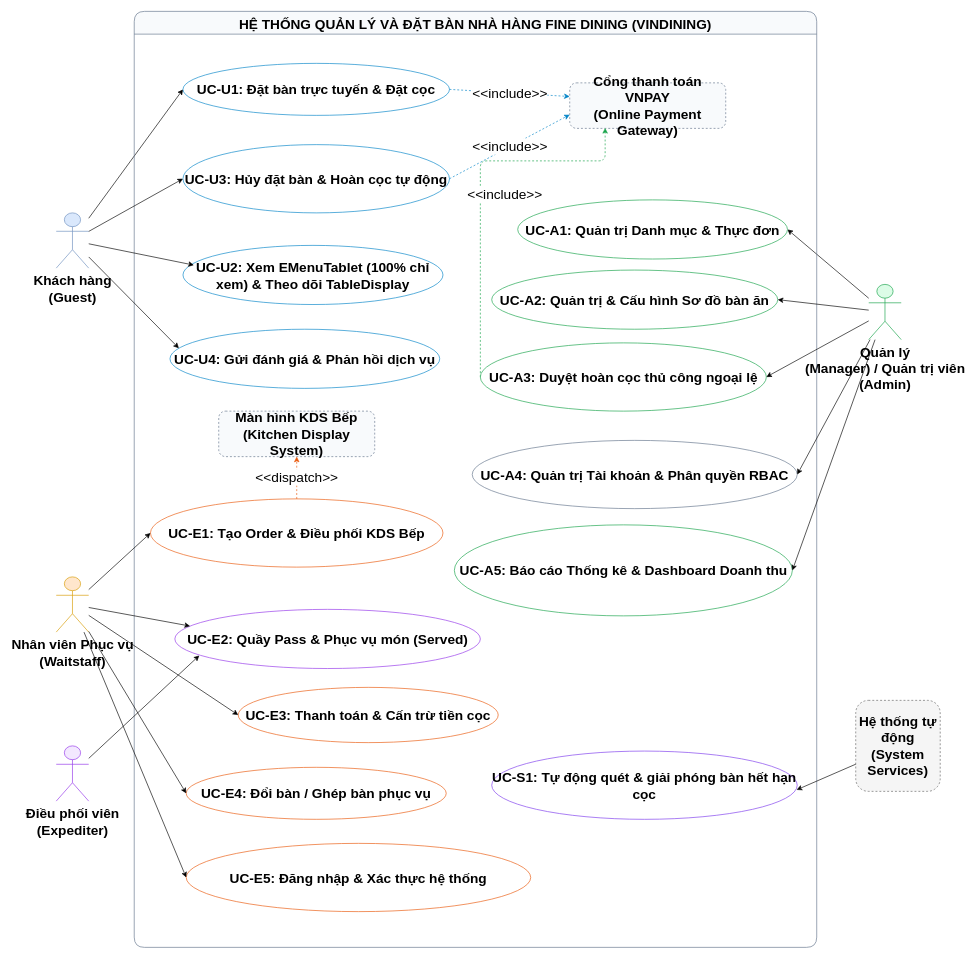
Above: docs/phase1/drawio/use_case_overall.drawio in AndrewQng/VinDining (draw.io), before the change. Source tidied: cells renumbered, new cells numbered last; positions are measured from the earlier drawing's top-left corner, leaving out a move shared by most shapes. Both pictures are drawn from the tidied source at 65%, with x=0, y=0 at pixel (56, 11).
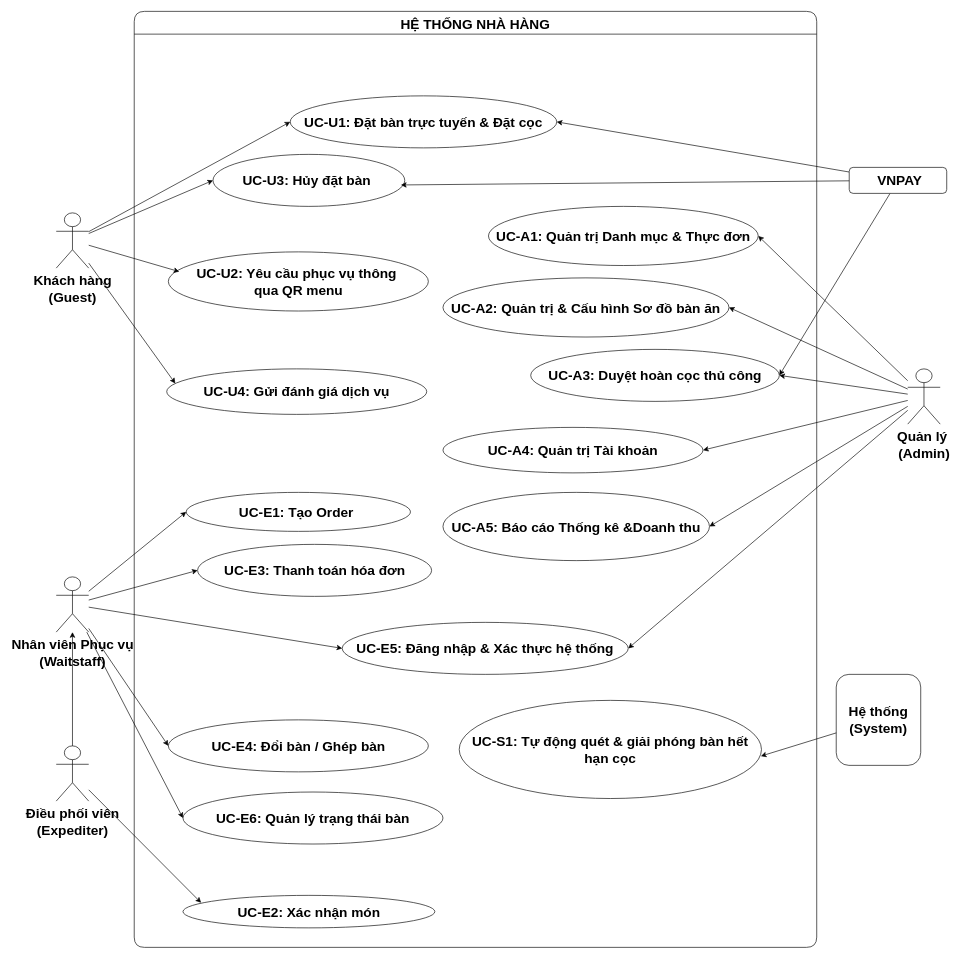
Above is the later version.

Change to the diagram source:
```diff
@@
-    <mxCell id="3" value="Khách hàng&#10;(Guest)" style="shape=umlActor;verticalLabelPosition=bottom;verticalAlign=top;html=1;fillColor=#dae8fc;strokeColor=#6c8ebf;fontStyle=1;fontSize=21;" parent="1" vertex="1">
+    <mxCell id="3" value="Khách hàng&#10;(Guest)" style="shape=umlActor;verticalLabelPosition=bottom;verticalAlign=top;html=1;fontStyle=1;fontSize=21;" parent="1" vertex="1">
       <mxGeometry y="310" width="50" height="85" as="geometry" />
     </mxCell>
@@
+    <mxCell id="46" style="rounded=0;jettySize=auto;html=1;entryX=1;entryY=0.5;entryDx=0;entryDy=0;" parent="1" edge="1" source="5" target="26">
+      <mxGeometry relative="1" as="geometry" />
+    </mxCell>
-    <mxCell id="5" value="Quản lý&lt;br&gt;(Manager) / Quản trị viên&lt;br&gt;(Admin)" style="shape=umlActor;verticalLabelPosition=bottom;verticalAlign=top;html=1;fillColor=#dcfce7;strokeColor=#16a34a;fontStyle=1;fontSize=21;" parent="1" vertex="1">
-      <mxGeometry x="1250" y="420" width="50" height="85" as="geometry" />
+    <mxCell id="5" value="Quản lý&amp;nbsp;&lt;br&gt;(Admin)&lt;br&gt;&lt;div&gt;&lt;br&gt;&lt;/div&gt;" style="shape=umlActor;verticalLabelPosition=bottom;verticalAlign=top;html=1;fontStyle=1;fontSize=21;" parent="1" vertex="1">
+      <mxGeometry x="1310" y="550" width="50" height="85" as="geometry" />
     </mxCell>
-    <mxCell id="6" value="Hệ thống tự động&#10;(System Services)" style="rounded=1;dashed=1;whiteSpace=wrap;html=1;fillColor=#f5f5f5;strokeColor=#666666;fontStyle=1;fontSize=21;" parent="1" vertex="1">
-      <mxGeometry x="1230" y="1060" width="130" height="140" as="geometry" />
+    <mxCell id="6" value="Hệ thống&lt;br&gt;(System)" style="rounded=1;whiteSpace=wrap;html=1;fontStyle=1;fontSize=21;" parent="1" vertex="1">
+      <mxGeometry x="1200" y="1020" width="130" height="140" as="geometry" />
     </mxCell>
-    <mxCell id="7" value="HỆ THỐNG QUẢN LÝ VÀ ĐẶT BÀN NHÀ HÀNG FINE DINING (VINDINING)" style="swimlane;startSize=35;fillColor=#f8fafc;strokeColor=#64748b;fontStyle=1;rounded=1;fontSize=21;swimlaneLine=1;" parent="1" vertex="1">
+    <mxCell id="7" value="HỆ THỐNG NHÀ HÀNG" style="swimlane;startSize=35;fontStyle=1;rounded=1;fontSize=21;swimlaneLine=1;" parent="1" vertex="1">
       <mxGeometry x="120" width="1050" height="1440" as="geometry" />
     </mxCell>
-    <mxCell id="8" value="UC-U1: Đặt bàn trực tuyến &amp;amp; Đặt cọc" style="ellipse;whiteSpace=wrap;html=1;fillColor=#ffffff;strokeColor=#0284c7;fontSize=21;fontStyle=1;" parent="7" vertex="1">
-      <mxGeometry x="75" y="80" width="410" height="80" as="geometry" />
+    <mxCell id="8" value="UC-U1: Đặt bàn trực tuyến &amp;amp; Đặt cọc" style="ellipse;whiteSpace=wrap;html=1;fontSize=21;fontStyle=1;" parent="7" vertex="1">
+      <mxGeometry x="240" y="130" width="410" height="80" as="geometry" />
     </mxCell>
-    <mxCell id="9" value="UC-U2: Xem EMenuTablet (100% chỉ xem) &amp;amp; Theo dõi TableDisplay" style="ellipse;whiteSpace=wrap;html=1;fillColor=#ffffff;strokeColor=#0284c7;fontSize=21;fontStyle=1;" parent="7" vertex="1">
-      <mxGeometry x="75" y="360" width="400" height="91" as="geometry" />
+    <mxCell id="9" value="UC-U2: Yêu cầu phục vụ thông&amp;nbsp;&lt;div&gt;qua QR menu&lt;/div&gt;" style="ellipse;whiteSpace=wrap;html=1;fontSize=21;fontStyle=1;" parent="7" vertex="1">
+      <mxGeometry x="52.5" y="370" width="400" height="91" as="geometry" />
     </mxCell>
-    <mxCell id="10" value="UC-U3: Hủy đặt bàn &amp;amp; Hoàn cọc tự động" style="ellipse;whiteSpace=wrap;html=1;fillColor=#ffffff;strokeColor=#0284c7;fontSize=21;fontStyle=1;" parent="7" vertex="1">
-      <mxGeometry x="75" y="205" width="410" height="105" as="geometry" />
+    <mxCell id="10" value="UC-U3: Hủy đặt bàn&amp;nbsp;" style="ellipse;whiteSpace=wrap;html=1;fontSize=21;fontStyle=1;" parent="7" vertex="1">
+      <mxGeometry x="121.2" y="220" width="295" height="80" as="geometry" />
     </mxCell>
-    <mxCell id="11" value="UC-U4: Gửi đánh giá &amp;amp; Phản hồi dịch vụ" style="ellipse;whiteSpace=wrap;html=1;fillColor=#ffffff;strokeColor=#0284c7;fontSize=21;fontStyle=1;" parent="7" vertex="1">
-      <mxGeometry x="55" y="489" width="415" height="91" as="geometry" />
+    <mxCell id="11" value="UC-U4: Gửi đánh giá dịch vụ" style="ellipse;whiteSpace=wrap;html=1;fontSize=21;fontStyle=1;" parent="7" vertex="1">
+      <mxGeometry x="50" y="550" width="400" height="70" as="geometry" />
     </mxCell>
-    <mxCell id="12" value="Cổng thanh toán VNPAY&#10;(Online Payment Gateway)" style="rounded=1;dashed=1;whiteSpace=wrap;html=1;fillColor=#f8fafc;strokeColor=#64748b;fontStyle=1;fontSize=21;" parent="7" vertex="1">
-      <mxGeometry x="670" y="110" width="240" height="70" as="geometry" />
-    </mxCell>
-    <mxCell id="13" value="&amp;lt;&amp;lt;include&amp;gt;&amp;gt;" style="rounded=1;dashed=1;strokeColor=#0284c7;html=1;fontSize=21;exitX=1;exitY=0.5;entryX=0;entryY=0.3;" parent="7" edge="1" source="8" target="12">
-      <mxGeometry relative="1" as="geometry" />
-    </mxCell>
-    <mxCell id="14" value="&amp;lt;&amp;lt;include&amp;gt;&amp;gt;" style="rounded=1;dashed=1;strokeColor=#0284c7;html=1;fontSize=21;exitX=1;exitY=0.5;entryX=0;entryY=0.7;" parent="7" edge="1" source="10" target="12">
-      <mxGeometry relative="1" as="geometry" />
-    </mxCell>
-    <mxCell id="15" value="&amp;lt;&amp;lt;include&amp;gt;&amp;gt;" style="edgeStyle=orthogonalEdgeStyle;rounded=1;dashed=1;strokeColor=#16a34a;html=1;fontSize=21;exitX=0;exitY=0.5;entryX=0.227;entryY=0.99;entryDx=0;entryDy=0;entryPerimeter=0;exitDx=0;exitDy=0;" parent="7" edge="1" source="22" target="12">
-      <mxGeometry x="-0.02" y="-37" relative="1" as="geometry">
-        <Array as="points">
-          <mxPoint x="532.5" y="230" />
-          <mxPoint x="724.5" y="230" />
-        </Array>
-      </mxGeometry>
-    </mxCell>
-    <mxCell id="16" value="Màn hình KDS Bếp&#10;(Kitchen Display System)" style="rounded=1;dashed=1;whiteSpace=wrap;html=1;fillColor=#f8fafc;strokeColor=#64748b;fontStyle=1;fontSize=21;" parent="7" vertex="1">
-      <mxGeometry x="130" y="615" width="240" height="70" as="geometry" />
-    </mxCell>
-    <mxCell id="17" value="&amp;lt;&amp;lt;dispatch&amp;gt;&amp;gt;" style="rounded=1;dashed=1;strokeColor=#ea580c;html=1;fontSize=21;exitX=0.5;exitY=0;entryX=0.5;entryY=1;exitDx=0;exitDy=0;entryDx=0;entryDy=0;" parent="7" edge="1" source="27" target="16">
-      <mxGeometry relative="1" as="geometry" />
-    </mxCell>
-    <mxCell id="18" value="UC-E2: Quầy Pass &amp;amp; Phục vụ món (Served)" style="ellipse;whiteSpace=wrap;html=1;fillColor=#ffffff;strokeColor=#9333ea;fontSize=21;fontStyle=1;" parent="7" vertex="1">
-      <mxGeometry x="62.5" y="920" width="470" height="91" as="geometry" />
+    <mxCell id="18" value="UC-E2: Xác nhận món" style="ellipse;whiteSpace=wrap;html=1;fontSize=21;fontStyle=1;" parent="7" vertex="1">
+      <mxGeometry x="75" y="1360" width="387.5" height="50" as="geometry" />
     </mxCell>
-    <mxCell id="19" value="UC-S1: Tự động quét &amp;amp; giải phóng bàn hết hạn cọc" style="ellipse;whiteSpace=wrap;html=1;fillColor=#ffffff;strokeColor=#7c3aed;fontSize=21;fontStyle=1;" parent="7" vertex="1">
-      <mxGeometry x="550" y="1138" width="470" height="105" as="geometry" />
+    <mxCell id="19" value="UC-S1: Tự động quét &amp;amp; giải phóng bàn hết hạn cọc" style="ellipse;whiteSpace=wrap;html=1;fontSize=21;fontStyle=1;" parent="7" vertex="1">
+      <mxGeometry x="500" y="1060" width="465" height="151" as="geometry" />
     </mxCell>
-    <mxCell id="20" value="UC-A1: Quản trị Danh mục &amp;amp; Thực đơn" style="ellipse;whiteSpace=wrap;html=1;fillColor=#ffffff;strokeColor=#16a34a;fontSize=21;fontStyle=1;" parent="7" vertex="1">
-      <mxGeometry x="590" y="290" width="415" height="91" as="geometry" />
+    <mxCell id="20" value="UC-A1: Quản trị Danh mục &amp;amp; Thực đơn" style="ellipse;whiteSpace=wrap;html=1;fontSize=21;fontStyle=1;" parent="7" vertex="1">
+      <mxGeometry x="545" y="300" width="415" height="91" as="geometry" />
     </mxCell>
-    <mxCell id="21" value="UC-A2: Quản trị &amp;amp; Cấu hình Sơ đồ bàn ăn" style="ellipse;whiteSpace=wrap;html=1;fillColor=#ffffff;strokeColor=#16a34a;fontSize=21;fontStyle=1;" parent="7" vertex="1">
-      <mxGeometry x="550" y="398" width="440" height="91" as="geometry" />
+    <mxCell id="21" value="UC-A2: Quản trị &amp;amp; Cấu hình Sơ đồ bàn ăn" style="ellipse;whiteSpace=wrap;html=1;fontSize=21;fontStyle=1;" parent="7" vertex="1">
+      <mxGeometry x="475" y="410" width="440" height="91" as="geometry" />
     </mxCell>
-    <mxCell id="22" value="UC-A3: Duyệt hoàn cọc thủ công ngoại lệ" style="ellipse;whiteSpace=wrap;html=1;fillColor=#ffffff;strokeColor=#16a34a;fontSize=21;fontStyle=1;" parent="7" vertex="1">
-      <mxGeometry x="532.5" y="510" width="440" height="105" as="geometry" />
+    <mxCell id="22" value="UC-A3: Duyệt hoàn cọc thủ công" style="ellipse;whiteSpace=wrap;html=1;fontSize=21;fontStyle=1;" parent="7" vertex="1">
+      <mxGeometry x="610" y="520" width="382.5" height="80" as="geometry" />
     </mxCell>
-    <mxCell id="23" value="UC-A4: Quản trị Tài khoản &amp;amp; Phân quyền RBAC" style="ellipse;whiteSpace=wrap;html=1;fillColor=#ffffff;strokeColor=#64748b;fontSize=21;fontStyle=1;" parent="7" vertex="1">
-      <mxGeometry x="520" y="660" width="500" height="105" as="geometry" />
+    <mxCell id="23" value="UC-A4: Quản trị Tài khoản" style="ellipse;whiteSpace=wrap;html=1;fontSize=21;fontStyle=1;" parent="7" vertex="1">
+      <mxGeometry x="475" y="640" width="400" height="70" as="geometry" />
     </mxCell>
@@
-    <mxCell id="25" value="UC-A5: Báo cáo Thống kê &amp;amp; Dashboard Doanh thu" style="ellipse;whiteSpace=wrap;html=1;fillColor=#ffffff;strokeColor=#16a34a;fontSize=21;fontStyle=1;" parent="7" vertex="1">
-      <mxGeometry x="492.5" y="790" width="520" height="140" as="geometry" />
+    <mxCell id="25" value="UC-A5: Báo cáo Thống kê &amp;amp;Doanh thu" style="ellipse;whiteSpace=wrap;html=1;fontSize=21;fontStyle=1;" parent="7" vertex="1">
+      <mxGeometry x="475" y="740" width="410" height="105" as="geometry" />
     </mxCell>
-    <mxCell id="26" value="UC-E5: Đăng nhập &amp;amp; Xác thực hệ thống" style="ellipse;whiteSpace=wrap;html=1;fillColor=#ffffff;strokeColor=#ea580c;fontSize=21;fontStyle=1;" parent="7" vertex="1">
-      <mxGeometry x="80" y="1280" width="530" height="105" as="geometry" />
+    <mxCell id="26" value="UC-E5: Đăng nhập &amp;amp; Xác thực hệ thống" style="ellipse;whiteSpace=wrap;html=1;fontSize=21;fontStyle=1;" parent="7" vertex="1">
+      <mxGeometry x="320" y="940" width="440" height="80" as="geometry" />
     </mxCell>
-    <mxCell id="27" value="UC-E1: Tạo Order &amp;amp; Điều phối KDS Bếp" style="ellipse;whiteSpace=wrap;html=1;fillColor=#ffffff;strokeColor=#ea580c;fontSize=21;fontStyle=1;" parent="7" vertex="1">
-      <mxGeometry x="25" y="750" width="450" height="105" as="geometry" />
+    <mxCell id="27" value="UC-E1: Tạo Order&amp;nbsp;" style="ellipse;whiteSpace=wrap;html=1;fontSize=21;fontStyle=1;" parent="7" vertex="1">
+      <mxGeometry x="80" y="740" width="345" height="60" as="geometry" />
     </mxCell>
-    <mxCell id="28" value="UC-E4: Đổi bàn / Ghép bàn phục vụ" style="ellipse;whiteSpace=wrap;html=1;fillColor=#ffffff;strokeColor=#ea580c;fontSize=21;fontStyle=1;" parent="7" vertex="1">
-      <mxGeometry x="80" y="1163" width="400" height="80" as="geometry" />
+    <mxCell id="28" value="UC-E4: Đổi bàn / Ghép bàn" style="ellipse;whiteSpace=wrap;html=1;fontSize=21;fontStyle=1;" parent="7" vertex="1">
+      <mxGeometry x="52.5" y="1090" width="400" height="80" as="geometry" />
     </mxCell>
-    <mxCell id="29" value="UC-E3: Thanh toán &amp;amp; Cấn trừ tiền cọc" style="ellipse;whiteSpace=wrap;html=1;fillColor=#ffffff;strokeColor=#ea580c;fontSize=21;fontStyle=1;" parent="7" vertex="1">
-      <mxGeometry x="160" y="1040" width="400" height="85" as="geometry" />
+    <mxCell id="29" value="UC-E3: Thanh toán hóa đơn" style="ellipse;whiteSpace=wrap;html=1;fontSize=21;fontStyle=1;" parent="7" vertex="1">
+      <mxGeometry x="97.5" y="820" width="360" height="80" as="geometry" />
     </mxCell>
+    <mxCell id="47" value="UC-E6: Quản lý trạng thái bàn" style="ellipse;whiteSpace=wrap;html=1;fontSize=21;fontStyle=1;" parent="7" vertex="1">
+      <mxGeometry x="75" y="1201" width="400" height="80" as="geometry" />
+    </mxCell>
@@
-    <mxCell id="33" style="rounded=0;jettySize=auto;html=1;entryX=0;entryY=0.25;entryDx=0;entryDy=0;" parent="1" edge="1" source="37" target="18">
-      <mxGeometry relative="1" as="geometry" />
-    </mxCell>
+    <mxCell id="48" style="edgeStyle=orthogonalEdgeStyle;rounded=0;jettySize=auto;html=1;" parent="1" edge="1" source="34" target="37">
+      <mxGeometry relative="1" as="geometry" />
+    </mxCell>
-    <mxCell id="34" value="Điều phối viên&#10;(Expediter)" style="shape=umlActor;verticalLabelPosition=bottom;verticalAlign=top;html=1;fillColor=#f3e8ff;strokeColor=#9333ea;fontStyle=1;fontSize=21;" parent="1" vertex="1">
+    <mxCell id="34" value="Điều phối viên&#10;(Expediter)" style="shape=umlActor;verticalLabelPosition=bottom;verticalAlign=top;html=1;fontStyle=1;fontSize=21;" parent="1" vertex="1">
       <mxGeometry y="1130" width="50" height="85" as="geometry" />
     </mxCell>
@@
+    <mxCell id="49" style="rounded=0;jettySize=auto;html=1;entryX=0;entryY=0.5;entryDx=0;entryDy=0;" parent="1" edge="1" source="37" target="47">
+      <mxGeometry relative="1" as="geometry" />
+    </mxCell>
-    <mxCell id="37" value="Nhân viên Phục vụ&#10;(Waitstaff)" style="shape=umlActor;verticalLabelPosition=bottom;verticalAlign=top;html=1;fillColor=#ffe6cc;strokeColor=#d79b00;fontStyle=1;fontSize=21;" parent="1" vertex="1">
+    <mxCell id="37" value="Nhân viên Phục vụ&#10;(Waitstaff)" style="shape=umlActor;verticalLabelPosition=bottom;verticalAlign=top;html=1;fontStyle=1;fontSize=21;" parent="1" vertex="1">
       <mxGeometry y="870" width="50" height="85" as="geometry" />
     </mxCell>
@@
-    <mxCell id="45" style="rounded=0;jettySize=auto;html=1;entryX=0.08;entryY=0.78;entryDx=0;entryDy=0;entryPerimeter=0;" parent="1" edge="1" source="34" target="18">
+    <mxCell id="45" style="rounded=0;jettySize=auto;html=1;entryX=0.072;entryY=0.227;entryDx=0;entryDy=0;entryPerimeter=0;" parent="1" edge="1" source="34" target="18">
       <mxGeometry relative="1" as="geometry" />
     </mxCell>
+    <mxCell id="50" style="rounded=0;jettySize=auto;html=1;entryX=1;entryY=0.5;entryDx=0;entryDy=0;" parent="1" edge="1" source="12" target="8">
+      <mxGeometry relative="1" as="geometry" />
+    </mxCell>
+    <mxCell id="51" style="rounded=0;jettySize=auto;html=1;entryX=1;entryY=0.5;entryDx=0;entryDy=0;" parent="1" edge="1" source="12" target="22">
+      <mxGeometry relative="1" as="geometry" />
+    </mxCell>
+    <mxCell id="12" value="&amp;nbsp;VNPAY" style="rounded=1;whiteSpace=wrap;html=1;fontStyle=1;fontSize=21;" parent="1" vertex="1">
+      <mxGeometry x="1220" y="240" width="150" height="40" as="geometry" />
+    </mxCell>
+    <mxCell id="52" style="rounded=0;jettySize=auto;html=1;entryX=0.98;entryY=0.588;entryDx=0;entryDy=0;entryPerimeter=0;" parent="1" edge="1" source="12" target="10">
+      <mxGeometry relative="1" as="geometry" />
+    </mxCell>
```
